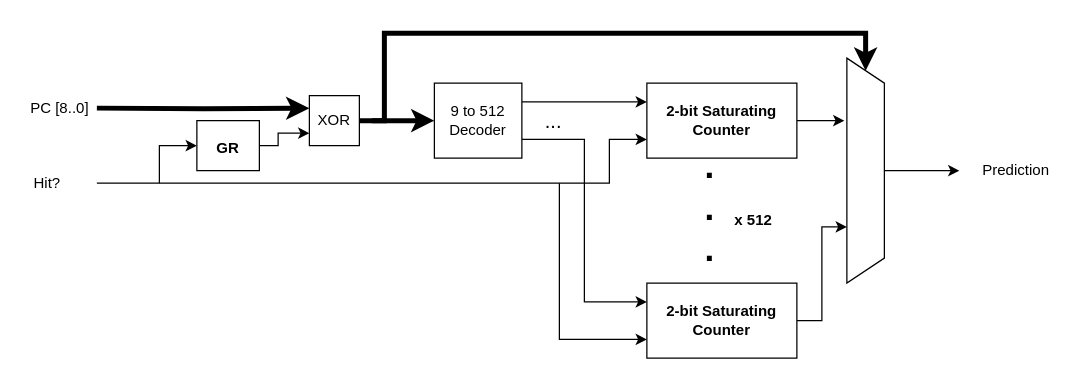
hohaicongthuan/RV64IF keeps this draw.io diagram as page "gshare predictor" (5 of 9) of Diagrams/RV64IF_official.drawio. Above is the earlier version. Source tidied: cells renumbered, new cells numbered last; positions are measured from the earlier drawing's top-left corner, leaving out a move shared by most shapes. Both pictures are drawn from the tidied source at 125%, with x=0, y=0 at pixel (21, 32).
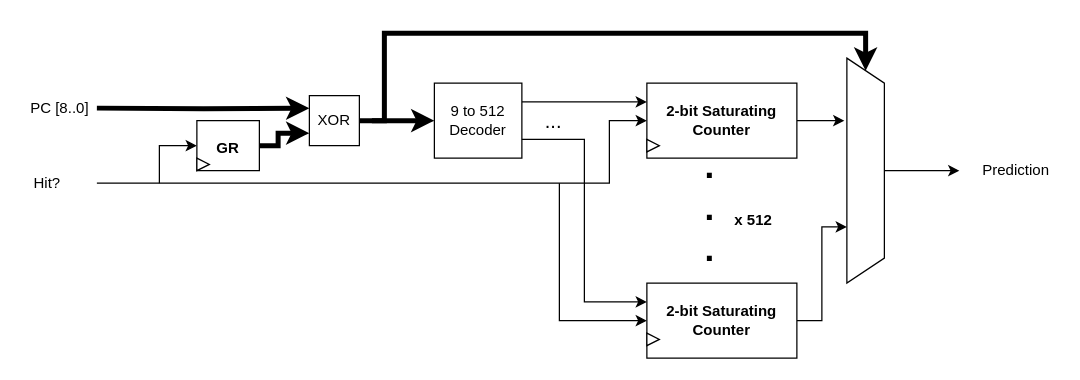
After the change.

The change refers to these unchanged cells:
```xml
<mxCell id="3" value="&lt;b&gt;2-bit Saturating Counter&lt;/b&gt;" style="rounded=0;whiteSpace=wrap;html=1;" parent="1" vertex="1">
  <mxGeometry x="500" y="40" width="120" height="60" as="geometry" />
</mxCell>
<mxCell id="16" value="&lt;b&gt;2-bit Saturating Counter&lt;/b&gt;" style="rounded=0;whiteSpace=wrap;html=1;" parent="1" vertex="1">
  <mxGeometry x="500" y="200" width="120" height="60" as="geometry" />
</mxCell>
<mxCell id="22" value="&lt;font style=&quot;font-size: 12px&quot;&gt;&lt;b&gt;GR&lt;/b&gt;&lt;/font&gt;" style="whiteSpace=wrap;html=1;fontSize=16;" parent="1" vertex="1">
  <mxGeometry x="140" y="70" width="50" height="40" as="geometry" />
</mxCell>
<mxCell id="25" value="XOR" style="rounded=0;whiteSpace=wrap;html=1;fontSize=12;" parent="1" vertex="1">
  <mxGeometry x="230" y="50" width="40" height="40" as="geometry" />
</mxCell>
```

Diff of the diagram source:
```diff
@@
-    <mxCell id="12" style="endArrow=classic;html=1;rounded=0;strokeWidth=1;entryX=0;entryY=0.75;entryDx=0;entryDy=0;" parent="1" edge="1" target="3">
+    <mxCell id="12" style="endArrow=classic;html=1;rounded=0;strokeWidth=1;entryX=0;entryY=0.5;entryDx=0;entryDy=0;" parent="1" edge="1" target="3">
       <mxGeometry relative="1" as="geometry">
         <mxPoint x="60" y="120" as="sourcePoint" />
         <Array as="points">
           <mxPoint x="470" y="120" />
-          <mxPoint x="470" y="85" />
+          <mxPoint x="470" y="70" />
         </Array>
       </mxGeometry>
     </mxCell>
@@
-    <mxCell id="15" style="edgeStyle=orthogonalEdgeStyle;rounded=0;jettySize=auto;html=1;exitX=0;exitY=0.75;exitDx=0;exitDy=0;strokeWidth=1;entryX=0;entryY=0.75;entryDx=0;entryDy=0;" parent="1" edge="1" target="16">
+    <mxCell id="15" style="edgeStyle=orthogonalEdgeStyle;rounded=0;jettySize=auto;html=1;exitX=0;exitY=0.75;exitDx=0;exitDy=0;strokeWidth=1;entryX=0;entryY=0.5;entryDx=0;entryDy=0;" parent="1" edge="1" target="16">
       <mxGeometry relative="1" as="geometry">
         <mxPoint x="430" y="120" as="sourcePoint" />
         <Array as="points">
-          <mxPoint x="430" y="245" />
+          <mxPoint x="430" y="230" />
         </Array>
       </mxGeometry>
     </mxCell>
@@
-    <mxCell id="21" style="edgeStyle=orthogonalEdgeStyle;rounded=0;jettySize=auto;html=1;exitX=1;exitY=0.5;exitDx=0;exitDy=0;entryX=0;entryY=0.75;entryDx=0;entryDy=0;strokeWidth=1;" parent="1" edge="1" source="22" target="25">
+    <mxCell id="21" style="edgeStyle=orthogonalEdgeStyle;rounded=0;jettySize=auto;html=1;exitX=1;exitY=0.5;exitDx=0;exitDy=0;entryX=0;entryY=0.75;entryDx=0;entryDy=0;strokeWidth=4;" parent="1" edge="1" source="22" target="25">
       <mxGeometry relative="1" as="geometry">
         <Array as="points">
           <mxPoint x="205" y="90" />
           <mxPoint x="205" y="80" />
         </Array>
       </mxGeometry>
     </mxCell>
@@
+    <mxCell id="26" style="triangle;whiteSpace=wrap;html=1;" parent="1" vertex="1">
+      <mxGeometry x="140" y="100" width="10" height="10" as="geometry" />
+    </mxCell>
+    <mxCell id="27" style="triangle;whiteSpace=wrap;html=1;" parent="1" vertex="1">
+      <mxGeometry x="500" y="85" width="10" height="10" as="geometry" />
+    </mxCell>
+    <mxCell id="28" style="triangle;whiteSpace=wrap;html=1;" parent="1" vertex="1">
+      <mxGeometry x="500" y="240" width="10" height="10" as="geometry" />
+    </mxCell>
```
